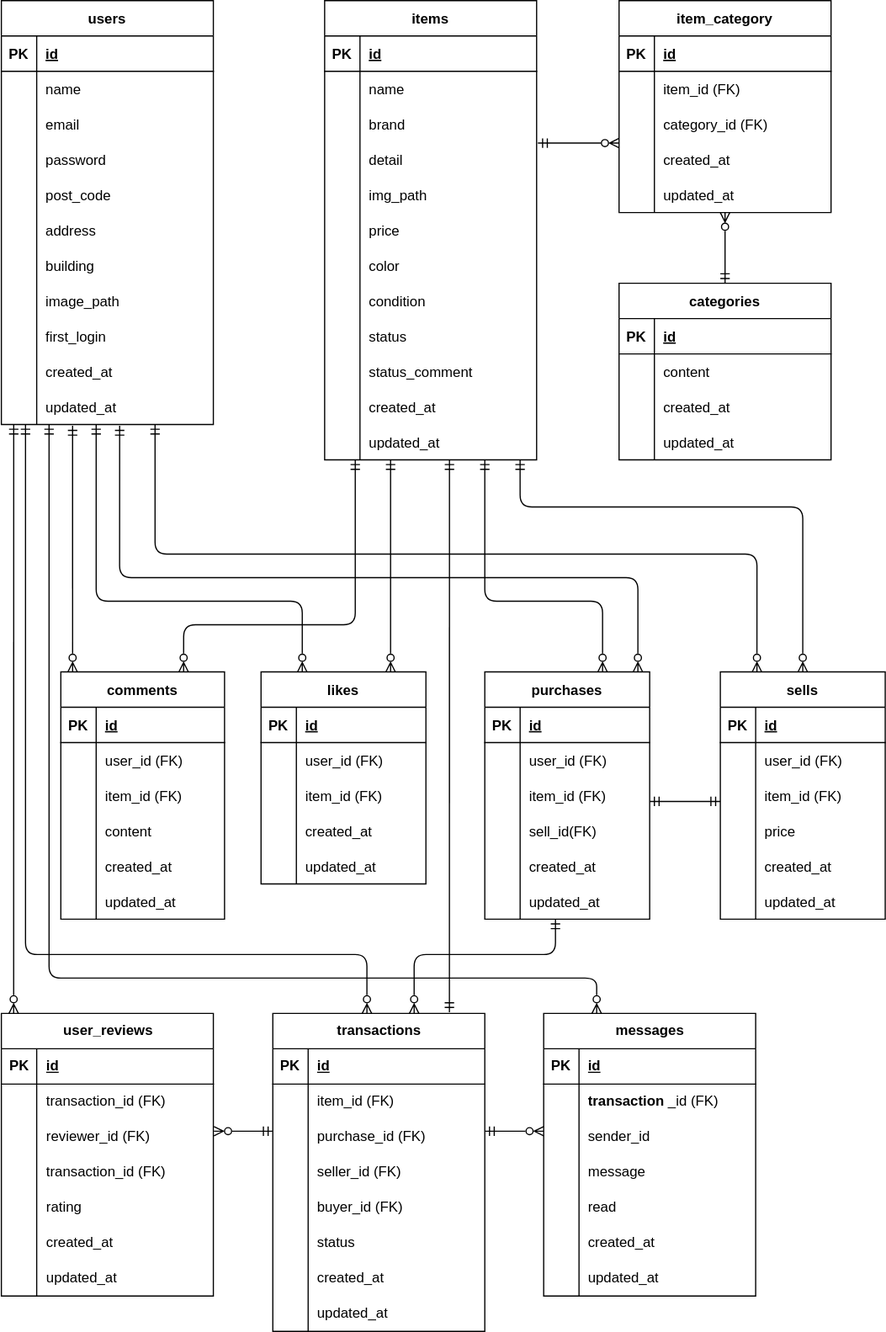
The draw.io diagram src/pro-test_ER.drawio.svg in dq-myk/flea-market-app, before a commit. Source tidied: cells renumbered, new cells last; positions are measured from the earlier drawing's top-left corner, leaving out a move shared by most shapes.
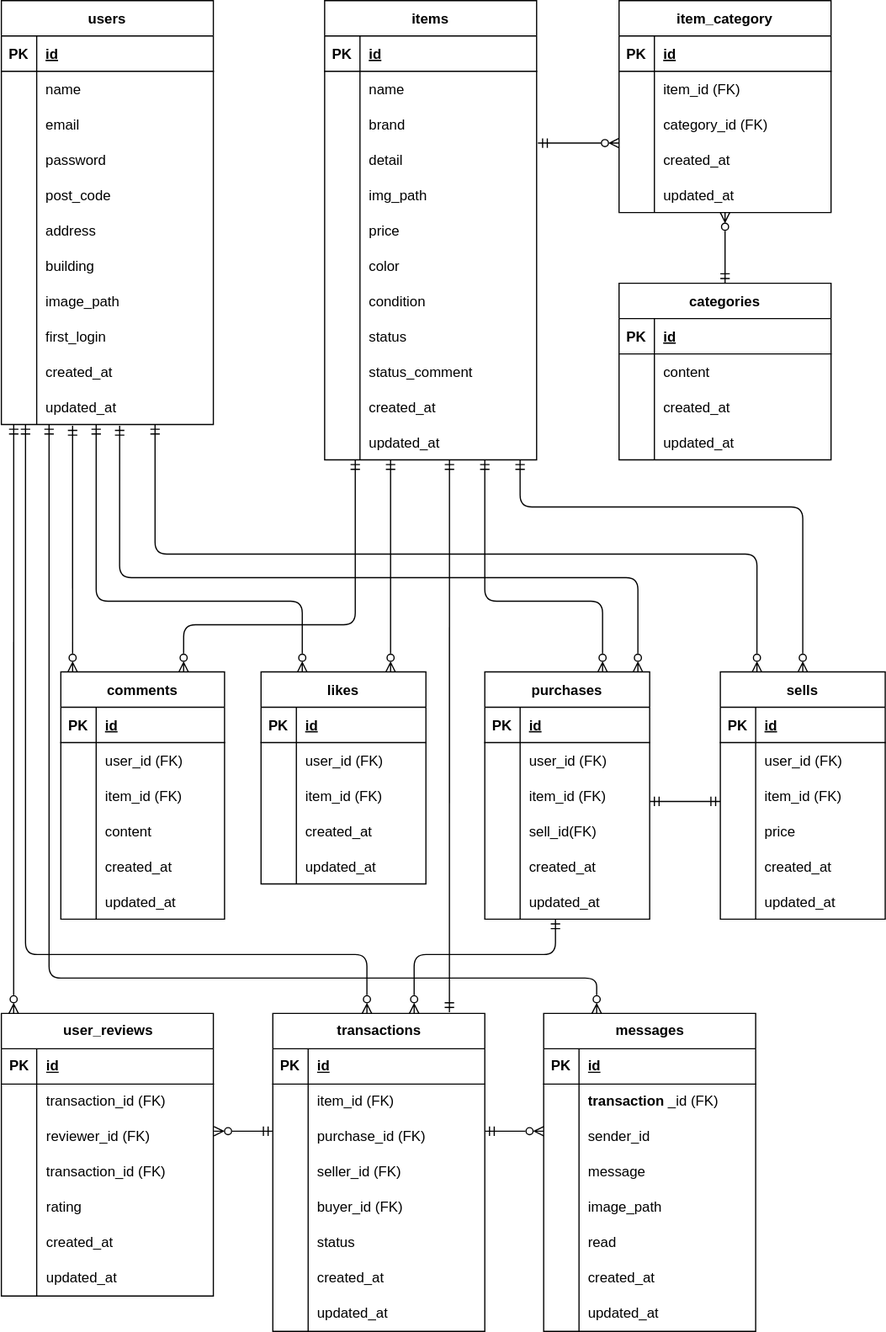
After the change.

Change to the diagram source:
```diff
@@ -749,7 +749,7 @@
       </mxGeometry>
     </mxCell>
     <mxCell id="234" value="&lt;span style=&quot;color: rgb(0, 0, 0);&quot;&gt;messages&lt;/span&gt;" style="shape=table;startSize=30;rowLines=0;fontStyle=1;align=center;html=1;" parent="1" vertex="1">
-      <mxGeometry x="460" y="860" width="180" height="240" as="geometry" />
+      <mxGeometry x="460" y="860" width="180" height="270" as="geometry" />
     </mxCell>
     <mxCell id="235" style="shape=tableRow;horizontal=0;startSize=0;swimlaneHead=0;swimlaneBody=0;fillColor=none;top=0;left=0;right=0;bottom=1;" parent="234" vertex="1">
       <mxGeometry y="30" width="180" height="30" as="geometry" />
@@ -787,8 +787,17 @@
     <mxCell id="246" value="&lt;span style=&quot;color: rgb(0, 0, 0); text-wrap-mode: nowrap;&quot;&gt;message&lt;/span&gt;" style="shape=partialRectangle;fillColor=none;top=0;left=0;bottom=0;right=0;align=left;spacingLeft=6;overflow=hidden;whiteSpace=wrap;html=1;" parent="244" vertex="1">
       <mxGeometry x="30" width="150" height="30" as="geometry" />
     </mxCell>
+    <mxCell id="262" style="shape=tableRow;horizontal=0;startSize=0;swimlaneHead=0;swimlaneBody=0;fillColor=none;top=0;left=0;right=0;bottom=0;" parent="234" vertex="1">
+      <mxGeometry y="150" width="180" height="30" as="geometry" />
+    </mxCell>
+    <mxCell id="263" style="shape=partialRectangle;fillColor=none;top=0;left=0;bottom=0;right=0;overflow=hidden;whiteSpace=wrap;html=1;" parent="262" vertex="1">
+      <mxGeometry width="30" height="30" as="geometry" />
+    </mxCell>
+    <mxCell id="264" value="&lt;span style=&quot;color: rgb(0, 0, 0); text-wrap-mode: nowrap;&quot;&gt;image_path&lt;/span&gt;" style="shape=partialRectangle;fillColor=none;top=0;left=0;bottom=0;right=0;align=left;spacingLeft=6;overflow=hidden;whiteSpace=wrap;html=1;" parent="262" vertex="1">
+      <mxGeometry x="30" width="150" height="30" as="geometry" />
+    </mxCell>
     <mxCell id="247" style="shape=tableRow;horizontal=0;startSize=0;swimlaneHead=0;swimlaneBody=0;fillColor=none;top=0;left=0;right=0;bottom=0;" parent="234" vertex="1">
-      <mxGeometry y="150" width="180" height="30" as="geometry" />
+      <mxGeometry y="180" width="180" height="30" as="geometry" />
     </mxCell>
     <mxCell id="248" style="shape=partialRectangle;fillColor=none;top=0;left=0;bottom=0;right=0;overflow=hidden;whiteSpace=wrap;html=1;" parent="247" vertex="1">
       <mxGeometry width="30" height="30" as="geometry" />
@@ -797,7 +806,7 @@
       <mxGeometry x="30" width="150" height="30" as="geometry" />
     </mxCell>
     <mxCell id="250" style="shape=tableRow;horizontal=0;startSize=0;swimlaneHead=0;swimlaneBody=0;fillColor=none;top=0;left=0;right=0;bottom=0;" parent="234" vertex="1">
-      <mxGeometry y="180" width="180" height="30" as="geometry" />
+      <mxGeometry y="210" width="180" height="30" as="geometry" />
     </mxCell>
     <mxCell id="251" style="shape=partialRectangle;fillColor=none;top=0;left=0;bottom=0;right=0;overflow=hidden;whiteSpace=wrap;html=1;" parent="250" vertex="1">
       <mxGeometry width="30" height="30" as="geometry" />
@@ -806,7 +815,7 @@
       <mxGeometry x="30" width="150" height="30" as="geometry" />
     </mxCell>
     <mxCell id="253" style="shape=tableRow;horizontal=0;startSize=0;swimlaneHead=0;swimlaneBody=0;fillColor=none;top=0;left=0;right=0;bottom=0;" parent="234" vertex="1">
-      <mxGeometry y="210" width="180" height="30" as="geometry" />
+      <mxGeometry y="240" width="180" height="30" as="geometry" />
     </mxCell>
     <mxCell id="254" style="shape=partialRectangle;fillColor=none;top=0;left=0;bottom=0;right=0;overflow=hidden;whiteSpace=wrap;html=1;" parent="253" vertex="1">
       <mxGeometry width="30" height="30" as="geometry" />
```
